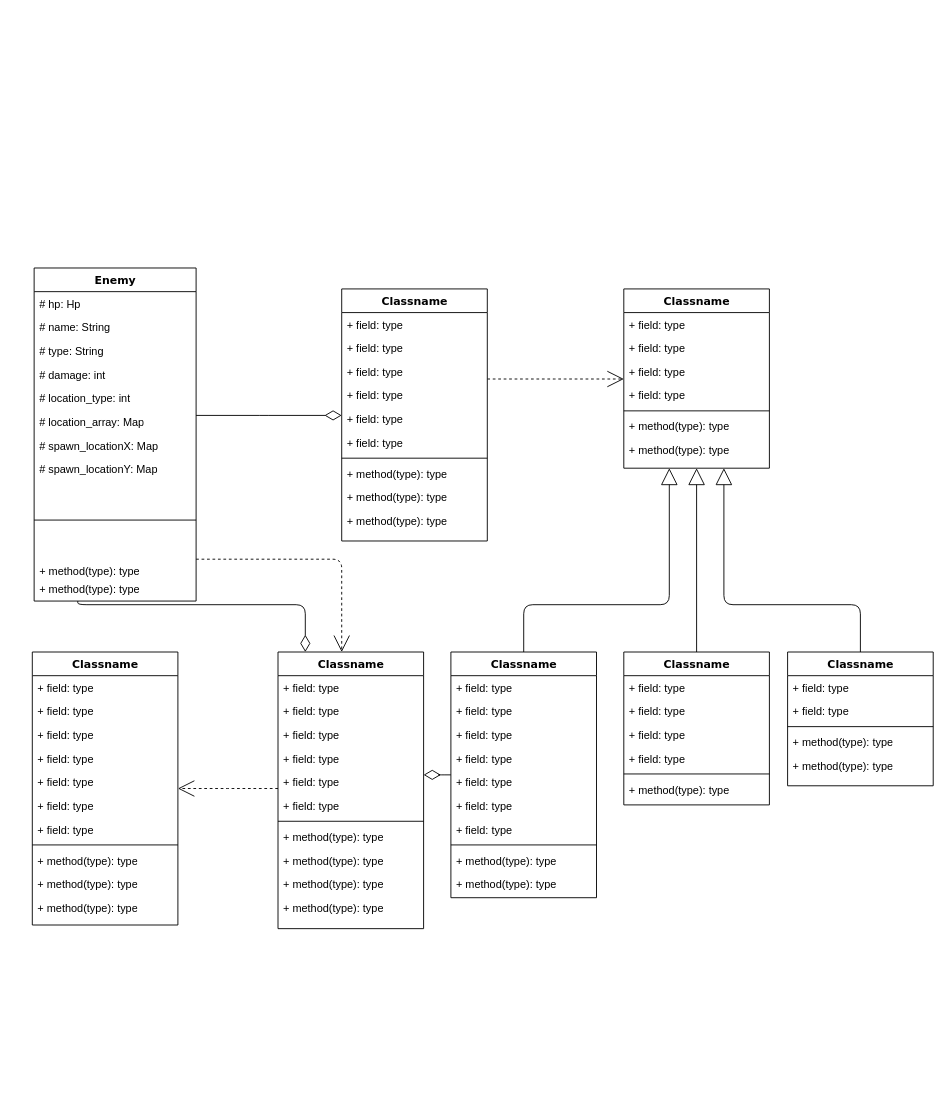
Above: Başlıksız Diyagram.drawio in sudenurkomur/Percy-s-Adventure (draw.io), before the change. Source tidied: cells renumbered, new cells numbered last; positions are measured from the earlier drawing's top-left corner, leaving out a move shared by most shapes. Both pictures are drawn from the tidied source at 91%, with x=0, y=0 at pixel (32, 268).
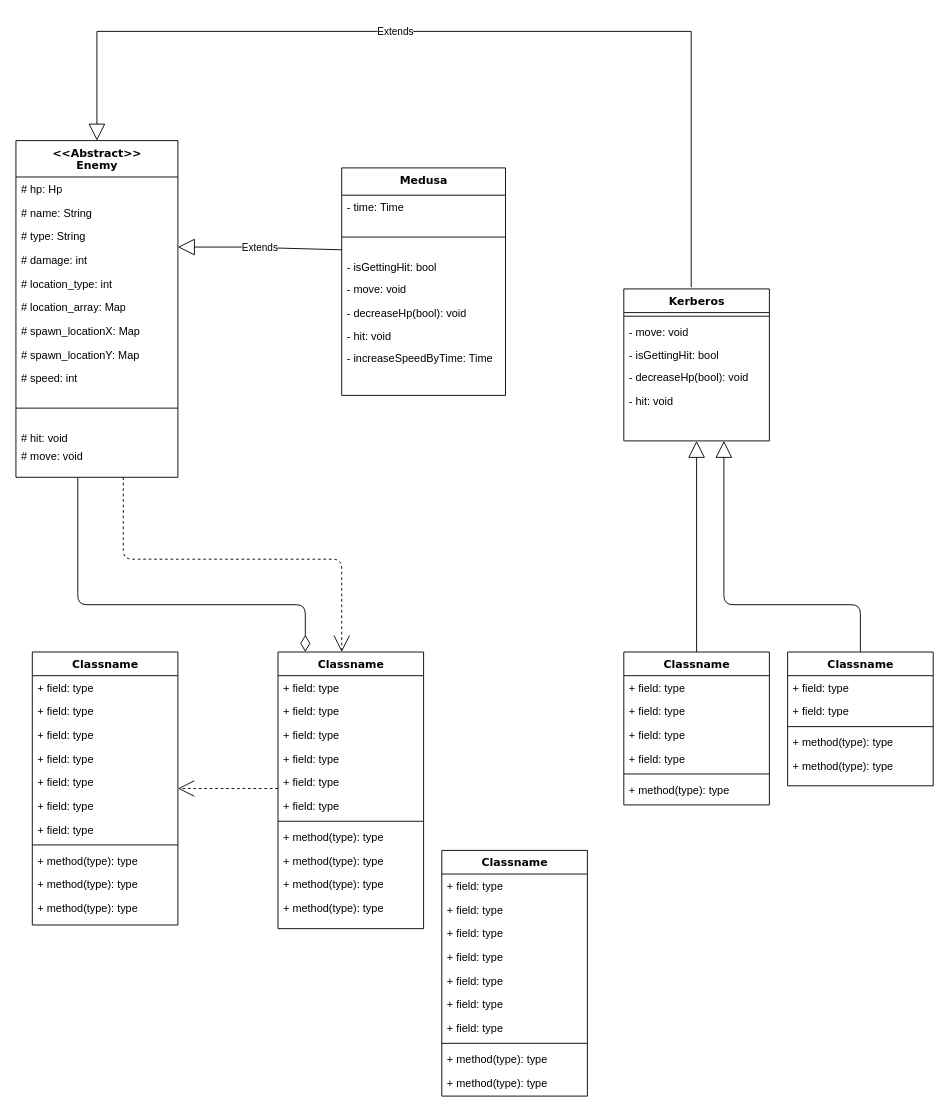
Above is the later version.

The change refers to these unchanged cells:
```xml
<mxCell id="51" value="Classname" style="swimlane;html=1;fontStyle=1;align=center;verticalAlign=top;horizontal=1;startSize=26;swimlaneFillColor=#ffffff;rounded=0;shadow=0;comic=0;labelBackgroundColor=none;strokeWidth=1;fillColor=none;fontFamily=Verdana;fontSize=12;" parent="1" vertex="1">
  <mxGeometry x="270" y="422" width="160" height="304" as="geometry" />
</mxCell>
```

Change to the diagram source:
```diff
@@
-    <mxCell id="4" value="Enemy" style="swimlane;html=1;fontStyle=1;align=center;verticalAlign=top;horizontal=1;startSize=26;swimlaneFillColor=#ffffff;rounded=0;shadow=0;comic=0;labelBackgroundColor=none;strokeWidth=1;fillColor=none;fontFamily=Verdana;fontSize=12;" parent="1" vertex="1">
-      <mxGeometry x="2" width="178" height="366" as="geometry" />
+    <mxCell id="4" value="&amp;lt;&amp;lt;Abstract&amp;gt;&amp;gt;&lt;br&gt;Enemy" style="swimlane;html=1;fontStyle=1;align=center;verticalAlign=top;horizontal=1;startSize=40;swimlaneFillColor=#ffffff;rounded=0;shadow=0;comic=0;labelBackgroundColor=none;strokeWidth=1;fillColor=none;fontFamily=Verdana;fontSize=12;" parent="1" vertex="1">
+      <mxGeometry x="-18" y="-140" width="178" height="370" as="geometry" />
     </mxCell>
     <mxCell id="5" value="# hp: Hp" style="text;html=1;strokeColor=none;fillColor=none;align=left;verticalAlign=top;spacingLeft=4;spacingRight=4;whiteSpace=wrap;overflow=hidden;" parent="4" vertex="1">
-      <mxGeometry y="26" width="178" height="26" as="geometry" />
+      <mxGeometry y="40" width="178" height="26" as="geometry" />
     </mxCell>
     <mxCell id="6" value="# name: String" style="text;html=1;strokeColor=none;fillColor=none;align=left;verticalAlign=top;spacingLeft=4;spacingRight=4;whiteSpace=wrap;overflow=hidden;" parent="4" vertex="1">
-      <mxGeometry y="52" width="178" height="26" as="geometry" />
+      <mxGeometry y="66" width="178" height="26" as="geometry" />
     </mxCell>
     <mxCell id="7" value="# type: String" style="text;html=1;strokeColor=none;fillColor=none;align=left;verticalAlign=top;spacingLeft=4;spacingRight=4;whiteSpace=wrap;overflow=hidden;" parent="4" vertex="1">
-      <mxGeometry y="78" width="178" height="26" as="geometry" />
+      <mxGeometry y="92" width="178" height="26" as="geometry" />
     </mxCell>
     <mxCell id="8" value="# damage: int" style="text;html=1;strokeColor=none;fillColor=none;align=left;verticalAlign=top;spacingLeft=4;spacingRight=4;whiteSpace=wrap;overflow=hidden;" parent="4" vertex="1">
-      <mxGeometry y="104" width="178" height="26" as="geometry" />
+      <mxGeometry y="118" width="178" height="26" as="geometry" />
     </mxCell>
     <mxCell id="9" value="# location_type: int&lt;div&gt;&lt;br&gt;&lt;/div&gt;" style="text;html=1;strokeColor=none;fillColor=none;align=left;verticalAlign=top;spacingLeft=4;spacingRight=4;whiteSpace=wrap;overflow=hidden;points=[[0,0.5],[1,0.5]];portConstraint=eastwest;" parent="4" vertex="1">
-      <mxGeometry y="130" width="178" height="26" as="geometry" />
+      <mxGeometry y="144" width="178" height="26" as="geometry" />
     </mxCell>
     <mxCell id="10" value="# location_array: Map&lt;div&gt;&lt;br&gt;&lt;/div&gt;" style="text;html=1;strokeColor=none;fillColor=none;align=left;verticalAlign=top;spacingLeft=4;spacingRight=4;whiteSpace=wrap;overflow=hidden;" parent="4" vertex="1">
-      <mxGeometry y="156" width="178" height="26" as="geometry" />
+      <mxGeometry y="170" width="178" height="26" as="geometry" />
     </mxCell>
     <mxCell id="11" value="# spawn_locationX: Map&lt;div&gt;&lt;br&gt;&lt;/div&gt;" style="text;html=1;strokeColor=none;fillColor=none;align=left;verticalAlign=top;spacingLeft=4;spacingRight=4;whiteSpace=wrap;overflow=hidden;" parent="4" vertex="1">
-      <mxGeometry y="182" width="178" height="26" as="geometry" />
+      <mxGeometry y="196" width="178" height="26" as="geometry" />
     </mxCell>
     <mxCell id="12" value="&lt;div&gt;# spawn_locationY: Map&lt;div&gt;&lt;br&gt;&lt;/div&gt;&lt;/div&gt;" style="text;html=1;strokeColor=none;fillColor=none;align=left;verticalAlign=top;spacingLeft=4;spacingRight=4;whiteSpace=wrap;overflow=hidden;" parent="4" vertex="1">
-      <mxGeometry y="208" width="178" height="26" as="geometry" />
+      <mxGeometry y="222" width="178" height="26" as="geometry" />
     </mxCell>
+    <mxCell id="91" value="&lt;div&gt;# speed: int&lt;/div&gt;&lt;div&gt;&lt;br&gt;&lt;div&gt;&lt;br&gt;&lt;/div&gt;&lt;/div&gt;" style="text;html=1;strokeColor=none;fillColor=none;align=left;verticalAlign=top;spacingLeft=4;spacingRight=4;whiteSpace=wrap;overflow=hidden;" parent="4" vertex="1">
+      <mxGeometry y="248" width="178" height="26" as="geometry" />
+    </mxCell>
     <mxCell id="13" style="line;html=1;strokeWidth=1;fillColor=none;align=left;verticalAlign=middle;spacingTop=-1;spacingLeft=3;spacingRight=3;labelPosition=right;" parent="4" vertex="1">
-      <mxGeometry y="234" width="178" height="86" as="geometry" />
+      <mxGeometry y="274" width="178" height="40" as="geometry" />
     </mxCell>
-    <mxCell id="14" value="+ method(type): type" style="text;html=1;strokeColor=none;fillColor=none;align=left;verticalAlign=top;spacingLeft=4;spacingRight=4;whiteSpace=wrap;overflow=hidden;" parent="4" vertex="1">
-      <mxGeometry y="320" width="178" height="20" as="geometry" />
+    <mxCell id="14" value="# hit: void" style="text;html=1;strokeColor=none;fillColor=none;align=left;verticalAlign=top;spacingLeft=4;spacingRight=4;whiteSpace=wrap;overflow=hidden;" parent="4" vertex="1">
+      <mxGeometry y="314" width="178" height="20" as="geometry" />
     </mxCell>
-    <mxCell id="15" value="+ method(type): type" style="text;html=1;strokeColor=none;fillColor=none;align=left;verticalAlign=top;spacingLeft=4;spacingRight=4;whiteSpace=wrap;overflow=hidden;" parent="4" vertex="1">
-      <mxGeometry y="340" width="178" height="26" as="geometry" />
+    <mxCell id="15" value="# move: void" style="text;html=1;strokeColor=none;fillColor=none;align=left;verticalAlign=top;spacingLeft=4;spacingRight=4;whiteSpace=wrap;overflow=hidden;" parent="4" vertex="1">
+      <mxGeometry y="334" width="178" height="36" as="geometry" />
     </mxCell>
@@
-    <mxCell id="17" style="edgeStyle=elbowEdgeStyle;html=1;labelBackgroundColor=none;startFill=0;startSize=8;endArrow=open;endFill=0;endSize=16;fontFamily=Verdana;fontSize=12;elbow=vertical;dashed=1;" parent="1" edge="1" source="18" target="29">
-      <mxGeometry relative="1" as="geometry" />
-    </mxCell>
-    <mxCell id="18" value="Classname" style="swimlane;html=1;fontStyle=1;align=center;verticalAlign=top;horizontal=1;startSize=26;swimlaneFillColor=#ffffff;rounded=0;shadow=0;comic=0;labelBackgroundColor=none;strokeWidth=1;fillColor=none;fontFamily=Verdana;fontSize=12;" parent="1" vertex="1">
-      <mxGeometry x="340" y="23" width="160" height="277" as="geometry" />
+    <mxCell id="18" value="Medusa" style="swimlane;html=1;fontStyle=1;align=center;verticalAlign=top;horizontal=1;startSize=30;swimlaneFillColor=#ffffff;rounded=0;shadow=0;comic=0;labelBackgroundColor=none;strokeWidth=1;fillColor=none;fontFamily=Verdana;fontSize=12;" parent="1" vertex="1">
+      <mxGeometry x="340" y="-110" width="180" height="250" as="geometry" />
     </mxCell>
-    <mxCell id="19" value="+ field: type" style="text;html=1;strokeColor=none;fillColor=none;align=left;verticalAlign=top;spacingLeft=4;spacingRight=4;whiteSpace=wrap;overflow=hidden;" parent="18" vertex="1">
-      <mxGeometry y="26" width="160" height="26" as="geometry" />
-    </mxCell>
-    <mxCell id="20" value="+ field: type" style="text;html=1;strokeColor=none;fillColor=none;align=left;verticalAlign=top;spacingLeft=4;spacingRight=4;whiteSpace=wrap;overflow=hidden;" parent="18" vertex="1">
-      <mxGeometry y="52" width="160" height="26" as="geometry" />
-    </mxCell>
-    <mxCell id="21" value="+ field: type" style="text;html=1;strokeColor=none;fillColor=none;align=left;verticalAlign=top;spacingLeft=4;spacingRight=4;whiteSpace=wrap;overflow=hidden;" parent="18" vertex="1">
-      <mxGeometry y="78" width="160" height="26" as="geometry" />
-    </mxCell>
-    <mxCell id="22" value="+ field: type" style="text;html=1;strokeColor=none;fillColor=none;align=left;verticalAlign=top;spacingLeft=4;spacingRight=4;whiteSpace=wrap;overflow=hidden;" parent="18" vertex="1">
-      <mxGeometry y="104" width="160" height="26" as="geometry" />
-    </mxCell>
-    <mxCell id="23" value="+ field: type" style="text;html=1;strokeColor=none;fillColor=none;align=left;verticalAlign=top;spacingLeft=4;spacingRight=4;whiteSpace=wrap;overflow=hidden;" parent="18" vertex="1">
-      <mxGeometry y="130" width="160" height="26" as="geometry" />
-    </mxCell>
-    <mxCell id="24" value="+ field: type" style="text;html=1;strokeColor=none;fillColor=none;align=left;verticalAlign=top;spacingLeft=4;spacingRight=4;whiteSpace=wrap;overflow=hidden;" parent="18" vertex="1">
-      <mxGeometry y="156" width="160" height="26" as="geometry" />
-    </mxCell>
+    <mxCell id="92" value="- time: Time" style="text;html=1;strokeColor=none;fillColor=none;align=left;verticalAlign=top;spacingLeft=4;spacingRight=4;whiteSpace=wrap;overflow=hidden;" parent="18" vertex="1">
+      <mxGeometry y="30" width="180" height="26" as="geometry" />
+    </mxCell>
     <mxCell id="25" style="line;html=1;strokeWidth=1;fillColor=none;align=left;verticalAlign=middle;spacingTop=-1;spacingLeft=3;spacingRight=3;labelPosition=right;" parent="18" vertex="1">
-      <mxGeometry y="182" width="160" height="8" as="geometry" />
+      <mxGeometry y="56" width="180" height="40" as="geometry" />
     </mxCell>
+    <mxCell id="28" value="- isGettingHit: bool" style="text;html=1;strokeColor=none;fillColor=none;align=left;verticalAlign=top;spacingLeft=4;spacingRight=4;whiteSpace=wrap;overflow=hidden;" parent="18" vertex="1">
+      <mxGeometry y="96" width="180" height="24" as="geometry" />
+    </mxCell>
+    <mxCell id="93" value="- move: void" style="text;html=1;strokeColor=none;fillColor=none;align=left;verticalAlign=top;spacingLeft=4;spacingRight=4;whiteSpace=wrap;overflow=hidden;" parent="18" vertex="1">
+      <mxGeometry y="120" width="180" height="26" as="geometry" />
+    </mxCell>
+    <mxCell id="27" value="- decreaseHp(bool): void" style="text;html=1;strokeColor=none;fillColor=none;align=left;verticalAlign=top;spacingLeft=4;spacingRight=4;whiteSpace=wrap;overflow=hidden;" parent="18" vertex="1">
+      <mxGeometry y="146" width="180" height="26" as="geometry" />
+    </mxCell>
-    <mxCell id="26" value="+ method(type): type" style="text;html=1;strokeColor=none;fillColor=none;align=left;verticalAlign=top;spacingLeft=4;spacingRight=4;whiteSpace=wrap;overflow=hidden;" parent="18" vertex="1">
-      <mxGeometry y="190" width="160" height="26" as="geometry" />
+    <mxCell id="26" value="- hit: void" style="text;html=1;strokeColor=none;fillColor=none;align=left;verticalAlign=top;spacingLeft=4;spacingRight=4;whiteSpace=wrap;overflow=hidden;" parent="18" vertex="1">
+      <mxGeometry y="172" width="180" height="24" as="geometry" />
     </mxCell>
-    <mxCell id="27" value="+ method(type): type" style="text;html=1;strokeColor=none;fillColor=none;align=left;verticalAlign=top;spacingLeft=4;spacingRight=4;whiteSpace=wrap;overflow=hidden;" parent="18" vertex="1">
-      <mxGeometry y="216" width="160" height="26" as="geometry" />
-    </mxCell>
-    <mxCell id="28" value="+ method(type): type" style="text;html=1;strokeColor=none;fillColor=none;align=left;verticalAlign=top;spacingLeft=4;spacingRight=4;whiteSpace=wrap;overflow=hidden;" parent="18" vertex="1">
-      <mxGeometry y="242" width="160" height="26" as="geometry" />
-    </mxCell>
+    <mxCell id="94" value="- increaseSpeedByTime: Time" style="text;html=1;strokeColor=none;fillColor=none;align=left;verticalAlign=top;spacingLeft=4;spacingRight=4;whiteSpace=wrap;overflow=hidden;" parent="18" vertex="1">
+      <mxGeometry y="196" width="180" height="26" as="geometry" />
+    </mxCell>
-    <mxCell id="29" value="Classname" style="swimlane;html=1;fontStyle=1;align=center;verticalAlign=top;horizontal=1;startSize=26;swimlaneFillColor=#ffffff;rounded=0;shadow=0;comic=0;labelBackgroundColor=none;strokeWidth=1;fillColor=none;fontFamily=Verdana;fontSize=12;" parent="1" vertex="1">
-      <mxGeometry x="650" y="23" width="160" height="197" as="geometry" />
+    <mxCell id="29" value="Kerberos" style="swimlane;html=1;fontStyle=1;align=center;verticalAlign=top;horizontal=1;startSize=26;swimlaneFillColor=#ffffff;rounded=0;shadow=0;comic=0;labelBackgroundColor=none;strokeWidth=1;fillColor=none;fontFamily=Verdana;fontSize=12;" parent="1" vertex="1">
+      <mxGeometry x="650" y="23" width="160" height="167" as="geometry" />
     </mxCell>
-    <mxCell id="30" value="+ field: type" style="text;html=1;strokeColor=none;fillColor=none;align=left;verticalAlign=top;spacingLeft=4;spacingRight=4;whiteSpace=wrap;overflow=hidden;" parent="29" vertex="1">
-      <mxGeometry y="26" width="160" height="26" as="geometry" />
-    </mxCell>
-    <mxCell id="31" value="+ field: type" style="text;html=1;strokeColor=none;fillColor=none;align=left;verticalAlign=top;spacingLeft=4;spacingRight=4;whiteSpace=wrap;overflow=hidden;" parent="29" vertex="1">
-      <mxGeometry y="52" width="160" height="26" as="geometry" />
-    </mxCell>
-    <mxCell id="32" value="+ field: type" style="text;html=1;strokeColor=none;fillColor=none;align=left;verticalAlign=top;spacingLeft=4;spacingRight=4;whiteSpace=wrap;overflow=hidden;" parent="29" vertex="1">
-      <mxGeometry y="78" width="160" height="26" as="geometry" />
-    </mxCell>
-    <mxCell id="33" value="+ field: type" style="text;html=1;strokeColor=none;fillColor=none;align=left;verticalAlign=top;spacingLeft=4;spacingRight=4;whiteSpace=wrap;overflow=hidden;" parent="29" vertex="1">
-      <mxGeometry y="104" width="160" height="26" as="geometry" />
-    </mxCell>
     <mxCell id="34" style="line;html=1;strokeWidth=1;fillColor=none;align=left;verticalAlign=middle;spacingTop=-1;spacingLeft=3;spacingRight=3;labelPosition=right;" parent="29" vertex="1">
-      <mxGeometry y="130" width="160" height="8" as="geometry" />
+      <mxGeometry y="26" width="160" height="8" as="geometry" />
     </mxCell>
-    <mxCell id="35" value="+ method(type): type" style="text;html=1;strokeColor=none;fillColor=none;align=left;verticalAlign=top;spacingLeft=4;spacingRight=4;whiteSpace=wrap;overflow=hidden;" parent="29" vertex="1">
-      <mxGeometry y="138" width="160" height="26" as="geometry" />
-    </mxCell>
-    <mxCell id="36" value="+ method(type): type" style="text;html=1;strokeColor=none;fillColor=none;align=left;verticalAlign=top;spacingLeft=4;spacingRight=4;whiteSpace=wrap;overflow=hidden;" parent="29" vertex="1">
-      <mxGeometry y="164" width="160" height="26" as="geometry" />
-    </mxCell>
+    <mxCell id="95" value="- move: void" style="text;html=1;strokeColor=none;fillColor=none;align=left;verticalAlign=top;spacingLeft=4;spacingRight=4;whiteSpace=wrap;overflow=hidden;" parent="29" vertex="1">
+      <mxGeometry y="34" width="160" height="26" as="geometry" />
+    </mxCell>
+    <mxCell id="96" value="- isGettingHit: bool" style="text;html=1;strokeColor=none;fillColor=none;align=left;verticalAlign=top;spacingLeft=4;spacingRight=4;whiteSpace=wrap;overflow=hidden;" parent="29" vertex="1">
+      <mxGeometry y="60" width="160" height="24" as="geometry" />
+    </mxCell>
+    <mxCell id="97" value="- decreaseHp(bool): void" style="text;html=1;strokeColor=none;fillColor=none;align=left;verticalAlign=top;spacingLeft=4;spacingRight=4;whiteSpace=wrap;overflow=hidden;" parent="29" vertex="1">
+      <mxGeometry y="84" width="160" height="26" as="geometry" />
+    </mxCell>
+    <mxCell id="98" value="- hit: void" style="text;html=1;strokeColor=none;fillColor=none;align=left;verticalAlign=top;spacingLeft=4;spacingRight=4;whiteSpace=wrap;overflow=hidden;" parent="29" vertex="1">
+      <mxGeometry y="110" width="160" height="24" as="geometry" />
+    </mxCell>
@@
-    <mxCell id="50" style="edgeStyle=elbowEdgeStyle;html=1;labelBackgroundColor=none;startFill=0;startSize=8;endArrow=diamondThin;endFill=0;endSize=16;fontFamily=Verdana;fontSize=12;elbow=vertical;" parent="1" edge="1" source="64" target="51">
-      <mxGeometry relative="1" as="geometry" />
-    </mxCell>
@@
-    <mxCell id="63" style="edgeStyle=orthogonalEdgeStyle;html=1;labelBackgroundColor=none;startFill=0;startSize=8;endArrow=block;endFill=0;endSize=16;fontFamily=Verdana;fontSize=12;" parent="1" edge="1" source="64" target="29">
-      <mxGeometry relative="1" as="geometry">
-        <Array as="points">
-          <mxPoint x="540" y="370" />
-          <mxPoint x="700" y="370" />
-        </Array>
-      </mxGeometry>
-    </mxCell>
     <mxCell id="64" value="Classname" style="swimlane;html=1;fontStyle=1;align=center;verticalAlign=top;horizontal=1;startSize=26;swimlaneFillColor=#ffffff;rounded=0;shadow=0;comic=0;labelBackgroundColor=none;strokeWidth=1;fillColor=none;fontFamily=Verdana;fontSize=12;" parent="1" vertex="1">
-      <mxGeometry x="460" y="422" width="160" height="270" as="geometry" />
+      <mxGeometry x="450" y="640" width="160" height="270" as="geometry" />
     </mxCell>
@@
-    <mxCell id="90" style="edgeStyle=elbowEdgeStyle;html=1;labelBackgroundColor=none;startFill=0;startSize=8;endArrow=diamondThin;endFill=0;endSize=16;fontFamily=Verdana;fontSize=12;elbow=vertical;" parent="1" edge="1" source="4" target="18">
-      <mxGeometry relative="1" as="geometry" />
-    </mxCell>
+    <mxCell id="99" value="Extends" style="endArrow=block;endSize=16;endFill=0;html=1;rounded=0;" parent="1" edge="1">
+      <mxGeometry relative="1" as="geometry">
+        <mxPoint x="340" y="-20" as="sourcePoint" />
+        <mxPoint x="160" y="-23" as="targetPoint" />
+        <Array as="points">
+          <mxPoint x="230" y="-23" />
+        </Array>
+      </mxGeometry>
+    </mxCell>
+    <mxCell id="100" value="Extends" style="endArrow=block;endSize=16;endFill=0;html=1;rounded=0;entryX=0.5;entryY=0;entryDx=0;entryDy=0;edgeStyle=elbowEdgeStyle;elbow=vertical;exitX=0.463;exitY=-0.011;exitDx=0;exitDy=0;exitPerimeter=0;" parent="1" edge="1" source="29" target="4">
+      <mxGeometry x="0.15" relative="1" as="geometry">
+        <Array as="points">
+          <mxPoint x="130" y="-260" />
+        </Array>
+      </mxGeometry>
+    </mxCell>
```
